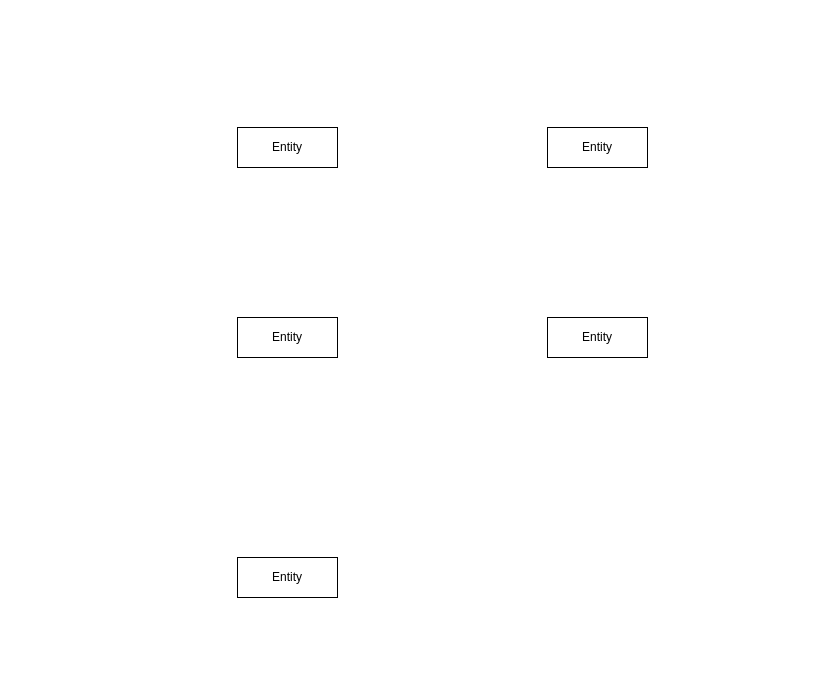
This is Tarea2.drawio from sologia/draw.io, a draw.io file, before an edit. Source tidied: cells renumbered, new cells numbered last; positions are measured from the earlier drawing's top-left corner, leaving out a move shared by most shapes. Both pictures are drawn from the tidied source at 100%, with x=0, y=0 at pixel (237, 127).
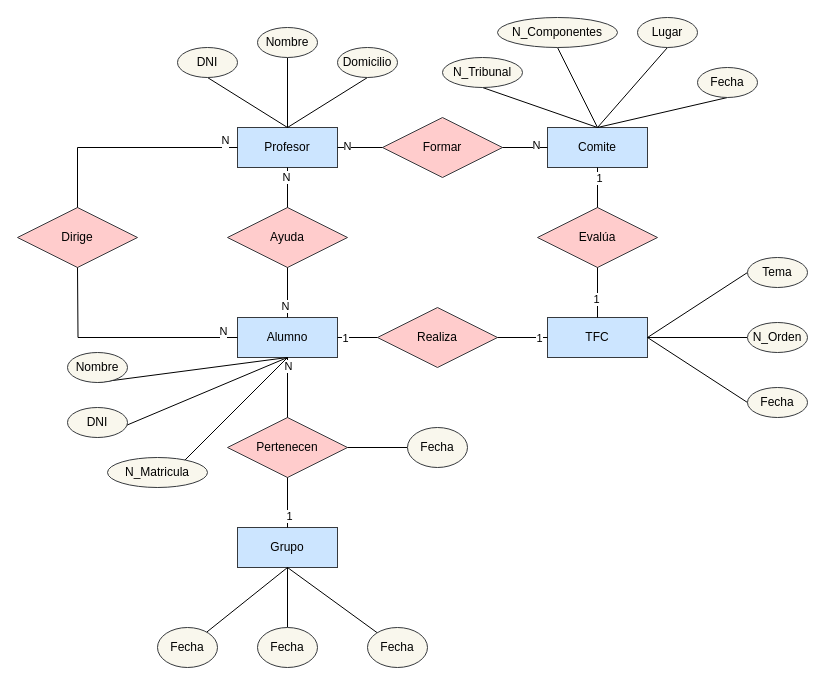
The same diagram, later.

Diff of the diagram source:
```diff
@@
-    <mxCell id="2" value="Entity" style="whiteSpace=wrap;html=1;align=center;" parent="1" vertex="1">
-      <mxGeometry y="430" width="100" height="40" as="geometry" />
+    <mxCell id="2" value="Grupo" style="whiteSpace=wrap;html=1;align=center;fillColor=#cce5ff;strokeColor=#36393d;" parent="1" vertex="1">
+      <mxGeometry y="400" width="100" height="40" as="geometry" />
     </mxCell>
-    <mxCell id="3" value="Entity" style="whiteSpace=wrap;html=1;align=center;" parent="1" vertex="1">
+    <mxCell id="3" value="Alumno" style="whiteSpace=wrap;html=1;align=center;fillColor=#cce5ff;strokeColor=#36393d;" parent="1" vertex="1">
       <mxGeometry y="190" width="100" height="40" as="geometry" />
     </mxCell>
-    <mxCell id="4" value="Entity" style="whiteSpace=wrap;html=1;align=center;" parent="1" vertex="1">
+    <mxCell id="4" value="TFC" style="whiteSpace=wrap;html=1;align=center;fillColor=#cce5ff;strokeColor=#36393d;" parent="1" vertex="1">
       <mxGeometry x="310" y="190" width="100" height="40" as="geometry" />
     </mxCell>
-    <mxCell id="5" value="Entity" style="whiteSpace=wrap;html=1;align=center;" parent="1" vertex="1">
+    <mxCell id="5" value="Comite" style="whiteSpace=wrap;html=1;align=center;fillColor=#cce5ff;strokeColor=#36393d;" parent="1" vertex="1">
       <mxGeometry x="310" width="100" height="40" as="geometry" />
     </mxCell>
-    <mxCell id="6" value="Entity" style="whiteSpace=wrap;html=1;align=center;" parent="1" vertex="1">
+    <mxCell id="6" value="Profesor" style="whiteSpace=wrap;html=1;align=center;fillColor=#cce5ff;strokeColor=#36393d;" parent="1" vertex="1">
       <mxGeometry width="100" height="40" as="geometry" />
     </mxCell>
+    <mxCell id="7" value="Pertenecen" style="shape=rhombus;perimeter=rhombusPerimeter;whiteSpace=wrap;html=1;align=center;fillColor=#ffcccc;strokeColor=#36393d;" parent="1" vertex="1">
+      <mxGeometry x="-10" y="290" width="120" height="60" as="geometry" />
+    </mxCell>
+    <mxCell id="8" value="Formar" style="shape=rhombus;perimeter=rhombusPerimeter;whiteSpace=wrap;html=1;align=center;fillColor=#ffcccc;strokeColor=#36393d;" parent="1" vertex="1">
+      <mxGeometry x="145" y="-10" width="120" height="60" as="geometry" />
+    </mxCell>
+    <mxCell id="9" value="Realiza" style="shape=rhombus;perimeter=rhombusPerimeter;whiteSpace=wrap;html=1;align=center;fillColor=#ffcccc;strokeColor=#36393d;" parent="1" vertex="1">
+      <mxGeometry x="140" y="180" width="120" height="60" as="geometry" />
+    </mxCell>
+    <mxCell id="10" value="Evalúa" style="shape=rhombus;perimeter=rhombusPerimeter;whiteSpace=wrap;html=1;align=center;fillColor=#ffcccc;strokeColor=#36393d;" parent="1" vertex="1">
+      <mxGeometry x="300" y="80" width="120" height="60" as="geometry" />
+    </mxCell>
+    <mxCell id="11" value="Dirige" style="shape=rhombus;perimeter=rhombusPerimeter;whiteSpace=wrap;html=1;align=center;fillColor=#ffcccc;strokeColor=#36393d;" parent="1" vertex="1">
+      <mxGeometry x="-220" y="80" width="120" height="60" as="geometry" />
+    </mxCell>
+    <mxCell id="12" value="Ayuda" style="shape=rhombus;perimeter=rhombusPerimeter;whiteSpace=wrap;html=1;align=center;fillColor=#ffcccc;strokeColor=#36393d;" parent="1" vertex="1">
+      <mxGeometry x="-10" y="80" width="120" height="60" as="geometry" />
+    </mxCell>
+    <mxCell id="13" style="endArrow=none;html=1;rounded=0;exitX=0.5;exitY=0;exitDx=0;exitDy=0;entryX=0;entryY=0.5;entryDx=0;entryDy=0;edgeStyle=orthogonalEdgeStyle;" parent="1" edge="1" source="11" target="6">
+      <mxGeometry relative="1" as="geometry" />
+    </mxCell>
+    <mxCell id="14" value="N&lt;div&gt;&lt;br&gt;&lt;/div&gt;" style="edgeLabel;html=1;align=center;verticalAlign=middle;" parent="13" vertex="1">
+      <mxGeometry x="0.88" y="1" relative="1" as="geometry" />
+    </mxCell>
+    <mxCell id="15" style="endArrow=none;html=1;rounded=0;exitX=0;exitY=0.5;exitDx=0;exitDy=0;edgeStyle=orthogonalEdgeStyle;" parent="1" edge="1" source="3">
+      <mxGeometry relative="1" as="geometry">
+        <mxPoint x="-160" y="140" as="targetPoint" />
+      </mxGeometry>
+    </mxCell>
+    <mxCell id="16" value="N&lt;div&gt;&lt;br&gt;&lt;/div&gt;" style="edgeLabel;html=1;align=center;verticalAlign=middle;" parent="15" vertex="1">
+      <mxGeometry x="-0.87" relative="1" as="geometry" />
+    </mxCell>
+    <mxCell id="17" style="endArrow=none;html=1;rounded=0;exitX=0.5;exitY=1;exitDx=0;exitDy=0;" parent="1" edge="1" source="12" target="3">
+      <mxGeometry relative="1" as="geometry" />
+    </mxCell>
+    <mxCell id="18" value="N" style="edgeLabel;html=1;align=center;verticalAlign=middle;" parent="17" vertex="1">
+      <mxGeometry x="0.52" y="-3" relative="1" as="geometry" />
+    </mxCell>
+    <mxCell id="19" style="endArrow=none;html=1;rounded=0;exitX=0.5;exitY=1;exitDx=0;exitDy=0;" parent="1" edge="1" source="6" target="12">
+      <mxGeometry relative="1" as="geometry" />
+    </mxCell>
+    <mxCell id="20" value="N" style="edgeLabel;html=1;align=center;verticalAlign=middle;" parent="19" vertex="1">
+      <mxGeometry x="-0.56" y="-2" relative="1" as="geometry" />
+    </mxCell>
+    <mxCell id="21" style="endArrow=none;html=1;rounded=0;exitX=1;exitY=0.5;exitDx=0;exitDy=0;entryX=0;entryY=0.5;entryDx=0;entryDy=0;" parent="1" edge="1" source="8" target="5">
+      <mxGeometry relative="1" as="geometry" />
+    </mxCell>
+    <mxCell id="22" value="N" style="edgeLabel;html=1;align=center;verticalAlign=middle;" parent="21" vertex="1">
+      <mxGeometry x="0.45" y="3" relative="1" as="geometry" />
+    </mxCell>
+    <mxCell id="23" style="endArrow=none;html=1;rounded=0;exitX=1;exitY=0.5;exitDx=0;exitDy=0;entryX=0;entryY=0.5;entryDx=0;entryDy=0;" parent="1" edge="1" source="6" target="8">
+      <mxGeometry relative="1" as="geometry" />
+    </mxCell>
+    <mxCell id="24" value="N" style="edgeLabel;html=1;align=center;verticalAlign=middle;" parent="23" vertex="1">
+      <mxGeometry x="-0.58" y="2" relative="1" as="geometry" />
+    </mxCell>
+    <mxCell id="25" style="endArrow=none;html=1;rounded=0;exitX=0.5;exitY=1;exitDx=0;exitDy=0;" parent="1" edge="1" source="5" target="10">
+      <mxGeometry relative="1" as="geometry" />
+    </mxCell>
+    <mxCell id="26" value="1" style="edgeLabel;html=1;align=center;verticalAlign=middle;" parent="25" vertex="1">
+      <mxGeometry x="-0.52" y="1" relative="1" as="geometry" />
+    </mxCell>
+    <mxCell id="27" style="endArrow=none;html=1;rounded=0;exitX=0.5;exitY=1;exitDx=0;exitDy=0;entryX=0.5;entryY=0;entryDx=0;entryDy=0;" parent="1" edge="1" source="10" target="4">
+      <mxGeometry relative="1" as="geometry" />
+    </mxCell>
+    <mxCell id="28" value="1" style="edgeLabel;html=1;align=center;verticalAlign=middle;" parent="27" vertex="1">
+      <mxGeometry x="0.23" y="-2" relative="1" as="geometry" />
+    </mxCell>
+    <mxCell id="29" style="endArrow=none;html=1;rounded=0;exitX=0.5;exitY=1;exitDx=0;exitDy=0;entryX=0.5;entryY=0;entryDx=0;entryDy=0;" parent="1" edge="1" source="7" target="2">
+      <mxGeometry relative="1" as="geometry" />
+    </mxCell>
+    <mxCell id="30" value="1" style="edgeLabel;html=1;align=center;verticalAlign=middle;" parent="29" vertex="1">
+      <mxGeometry x="0.51" y="1" relative="1" as="geometry" />
+    </mxCell>
+    <mxCell id="31" style="endArrow=none;html=1;rounded=0;exitX=0.5;exitY=1;exitDx=0;exitDy=0;entryX=0.5;entryY=0;entryDx=0;entryDy=0;" parent="1" edge="1" source="3" target="7">
+      <mxGeometry relative="1" as="geometry" />
+    </mxCell>
+    <mxCell id="32" value="N" style="edgeLabel;html=1;align=center;verticalAlign=middle;" parent="31" vertex="1">
+      <mxGeometry x="-0.72" relative="1" as="geometry" />
+    </mxCell>
+    <mxCell id="33" style="endArrow=none;html=1;rounded=0;exitX=1;exitY=0.5;exitDx=0;exitDy=0;entryX=0;entryY=0.5;entryDx=0;entryDy=0;" parent="1" edge="1" source="9" target="4">
+      <mxGeometry relative="1" as="geometry" />
+    </mxCell>
+    <mxCell id="34" value="1" style="edgeLabel;html=1;align=center;verticalAlign=middle;" parent="33" vertex="1">
+      <mxGeometry x="0.63" relative="1" as="geometry" />
+    </mxCell>
+    <mxCell id="35" style="endArrow=none;html=1;rounded=0;exitX=1;exitY=0.5;exitDx=0;exitDy=0;entryX=0;entryY=0.5;entryDx=0;entryDy=0;" parent="1" edge="1" source="3" target="9">
+      <mxGeometry relative="1" as="geometry" />
+    </mxCell>
+    <mxCell id="36" value="1" style="edgeLabel;html=1;align=center;verticalAlign=middle;" parent="35" vertex="1">
+      <mxGeometry x="-0.65" relative="1" as="geometry" />
+    </mxCell>
+    <mxCell id="37" style="endArrow=none;html=1;rounded=0;exitX=1;exitY=0.5;exitDx=0;exitDy=0;" parent="1" edge="1" source="7" target="38">
+      <mxGeometry relative="1" as="geometry" />
+    </mxCell>
+    <mxCell id="38" value="Fecha" style="ellipse;whiteSpace=wrap;html=1;align=center;fillColor=#f9f7ed;strokeColor=#36393d;" parent="1" vertex="1">
+      <mxGeometry x="170" y="300" width="60" height="40" as="geometry" />
+    </mxCell>
+    <mxCell id="39" style="endArrow=none;html=1;rounded=0;exitX=1;exitY=0.5;exitDx=0;exitDy=0;entryX=0;entryY=0.5;entryDx=0;entryDy=0;" parent="1" edge="1" source="4" target="40">
+      <mxGeometry relative="1" as="geometry" />
+    </mxCell>
+    <mxCell id="40" value="N_Orden" style="ellipse;whiteSpace=wrap;html=1;align=center;fillColor=#f9f7ed;strokeColor=#36393d;" parent="1" vertex="1">
+      <mxGeometry x="510" y="195" width="60" height="30" as="geometry" />
+    </mxCell>
+    <mxCell id="41" style="endArrow=none;html=1;rounded=0;exitX=1;exitY=0.5;exitDx=0;exitDy=0;entryX=0;entryY=0.5;entryDx=0;entryDy=0;" parent="1" edge="1" source="4" target="42">
+      <mxGeometry relative="1" as="geometry" />
+    </mxCell>
+    <mxCell id="42" value="Fecha" style="ellipse;whiteSpace=wrap;html=1;align=center;fillColor=#f9f7ed;strokeColor=#36393d;" parent="1" vertex="1">
+      <mxGeometry x="510" y="260" width="60" height="30" as="geometry" />
+    </mxCell>
+    <mxCell id="43" style="endArrow=none;html=1;rounded=0;exitX=1;exitY=0.5;exitDx=0;exitDy=0;entryX=0;entryY=0.5;entryDx=0;entryDy=0;" parent="1" edge="1" source="4" target="44">
+      <mxGeometry relative="1" as="geometry" />
+    </mxCell>
+    <mxCell id="44" value="Tema" style="ellipse;whiteSpace=wrap;html=1;align=center;fillColor=#f9f7ed;strokeColor=#36393d;" parent="1" vertex="1">
+      <mxGeometry x="510" y="130" width="60" height="30" as="geometry" />
+    </mxCell>
+    <mxCell id="45" style="endArrow=none;html=1;rounded=0;exitX=0.5;exitY=0;exitDx=0;exitDy=0;entryX=0.5;entryY=1;entryDx=0;entryDy=0;" parent="1" edge="1" source="6" target="46">
+      <mxGeometry relative="1" as="geometry" />
+    </mxCell>
+    <mxCell id="46" value="Domicilio" style="ellipse;whiteSpace=wrap;html=1;align=center;fillColor=#f9f7ed;strokeColor=#36393d;" parent="1" vertex="1">
+      <mxGeometry x="100" y="-80" width="60" height="30" as="geometry" />
+    </mxCell>
+    <mxCell id="47" style="endArrow=none;html=1;rounded=0;entryX=0.5;entryY=1;entryDx=0;entryDy=0;" parent="1" edge="1" target="48">
+      <mxGeometry relative="1" as="geometry">
+        <mxPoint x="50" as="sourcePoint" />
+      </mxGeometry>
+    </mxCell>
+    <mxCell id="48" value="DNI" style="ellipse;whiteSpace=wrap;html=1;align=center;fillColor=#f9f7ed;strokeColor=#36393d;" parent="1" vertex="1">
+      <mxGeometry x="-60" y="-80" width="60" height="30" as="geometry" />
+    </mxCell>
+    <mxCell id="49" style="endArrow=none;html=1;rounded=0;exitX=0.5;exitY=0;exitDx=0;exitDy=0;entryX=0.5;entryY=1;entryDx=0;entryDy=0;" parent="1" edge="1" source="6" target="50">
+      <mxGeometry relative="1" as="geometry" />
+    </mxCell>
+    <mxCell id="50" value="Nombre" style="ellipse;whiteSpace=wrap;html=1;align=center;fillColor=#f9f7ed;strokeColor=#36393d;" parent="1" vertex="1">
+      <mxGeometry x="20" y="-100" width="60" height="30" as="geometry" />
+    </mxCell>
+    <mxCell id="51" style="endArrow=none;html=1;rounded=0;exitX=0.5;exitY=0;exitDx=0;exitDy=0;entryX=0.5;entryY=1;entryDx=0;entryDy=0;" parent="1" edge="1" source="5" target="52">
+      <mxGeometry relative="1" as="geometry" />
+    </mxCell>
+    <mxCell id="52" value="Lugar" style="ellipse;whiteSpace=wrap;html=1;align=center;fillColor=#f9f7ed;strokeColor=#36393d;" parent="1" vertex="1">
+      <mxGeometry x="400" y="-110" width="60" height="30" as="geometry" />
+    </mxCell>
+    <mxCell id="53" style="endArrow=none;html=1;rounded=0;entryX=0.5;entryY=1;entryDx=0;entryDy=0;exitX=0.5;exitY=0;exitDx=0;exitDy=0;" parent="1" edge="1" source="5" target="54">
+      <mxGeometry relative="1" as="geometry" />
+    </mxCell>
+    <mxCell id="54" value="N_Tribunal" style="ellipse;whiteSpace=wrap;html=1;align=center;fillColor=#f9f7ed;strokeColor=#36393d;" parent="1" vertex="1">
+      <mxGeometry x="205" y="-70" width="80" height="30" as="geometry" />
+    </mxCell>
+    <mxCell id="55" style="endArrow=none;html=1;rounded=0;entryX=0.5;entryY=1;entryDx=0;entryDy=0;exitX=0.5;exitY=0;exitDx=0;exitDy=0;" parent="1" edge="1" source="5" target="56">
+      <mxGeometry relative="1" as="geometry" />
+    </mxCell>
+    <mxCell id="56" value="N_Componentes" style="ellipse;whiteSpace=wrap;html=1;align=center;fillColor=#f9f7ed;strokeColor=#36393d;" parent="1" vertex="1">
+      <mxGeometry x="260" y="-110" width="120" height="30" as="geometry" />
+    </mxCell>
+    <mxCell id="57" style="endArrow=none;html=1;rounded=0;entryX=0.5;entryY=1;entryDx=0;entryDy=0;exitX=0.5;exitY=0;exitDx=0;exitDy=0;" parent="1" edge="1" source="5" target="58">
+      <mxGeometry relative="1" as="geometry" />
+    </mxCell>
+    <mxCell id="58" value="Fecha" style="ellipse;whiteSpace=wrap;html=1;align=center;fillColor=#f9f7ed;strokeColor=#36393d;" parent="1" vertex="1">
+      <mxGeometry x="460" y="-60" width="60" height="30" as="geometry" />
+    </mxCell>
+    <mxCell id="59" style="endArrow=none;html=1;rounded=0;entryX=0.5;entryY=1;entryDx=0;entryDy=0;exitX=0.5;exitY=1;exitDx=0;exitDy=0;" parent="1" edge="1" source="3" target="60">
+      <mxGeometry relative="1" as="geometry" />
+    </mxCell>
+    <mxCell id="60" value="DNI" style="ellipse;whiteSpace=wrap;html=1;align=center;fillColor=#f9f7ed;strokeColor=#36393d;" parent="1" vertex="1">
+      <mxGeometry x="-170" y="280" width="60" height="30" as="geometry" />
+    </mxCell>
+    <mxCell id="61" style="endArrow=none;html=1;rounded=0;entryX=0.5;entryY=1;entryDx=0;entryDy=0;exitX=0.5;exitY=1;exitDx=0;exitDy=0;" parent="1" edge="1" source="3" target="62">
+      <mxGeometry relative="1" as="geometry" />
+    </mxCell>
+    <mxCell id="62" value="Nombre" style="ellipse;whiteSpace=wrap;html=1;align=center;fillColor=#f9f7ed;strokeColor=#36393d;" parent="1" vertex="1">
+      <mxGeometry x="-170" y="225" width="60" height="30" as="geometry" />
+    </mxCell>
+    <mxCell id="63" style="endArrow=none;html=1;rounded=0;entryX=0.5;entryY=1;entryDx=0;entryDy=0;exitX=0.5;exitY=1;exitDx=0;exitDy=0;" parent="1" edge="1" source="3" target="64">
+      <mxGeometry relative="1" as="geometry" />
+    </mxCell>
+    <mxCell id="64" value="N_Matricula" style="ellipse;whiteSpace=wrap;html=1;align=center;fillColor=#f9f7ed;strokeColor=#36393d;" parent="1" vertex="1">
+      <mxGeometry x="-130" y="330" width="100" height="30" as="geometry" />
+    </mxCell>
+    <mxCell id="65" style="endArrow=none;html=1;rounded=0;exitX=0.5;exitY=1;exitDx=0;exitDy=0;" parent="1" edge="1" source="2" target="66">
+      <mxGeometry relative="1" as="geometry" />
+    </mxCell>
+    <mxCell id="66" value="Fecha" style="ellipse;whiteSpace=wrap;html=1;align=center;fillColor=#f9f7ed;strokeColor=#36393d;" parent="1" vertex="1">
+      <mxGeometry x="20" y="500" width="60" height="40" as="geometry" />
+    </mxCell>
+    <mxCell id="67" style="endArrow=none;html=1;rounded=0;exitX=0.5;exitY=1;exitDx=0;exitDy=0;" parent="1" edge="1" source="2" target="68">
+      <mxGeometry relative="1" as="geometry" />
+    </mxCell>
+    <mxCell id="68" value="Fecha" style="ellipse;whiteSpace=wrap;html=1;align=center;fillColor=#f9f7ed;strokeColor=#36393d;" parent="1" vertex="1">
+      <mxGeometry x="130" y="500" width="60" height="40" as="geometry" />
+    </mxCell>
+    <mxCell id="69" style="endArrow=none;html=1;rounded=0;exitX=0.5;exitY=1;exitDx=0;exitDy=0;" parent="1" edge="1" source="2" target="70">
+      <mxGeometry relative="1" as="geometry" />
+    </mxCell>
+    <mxCell id="70" value="Fecha" style="ellipse;whiteSpace=wrap;html=1;align=center;fillColor=#f9f7ed;strokeColor=#36393d;" parent="1" vertex="1">
+      <mxGeometry x="-80" y="500" width="60" height="40" as="geometry" />
+    </mxCell>
```
